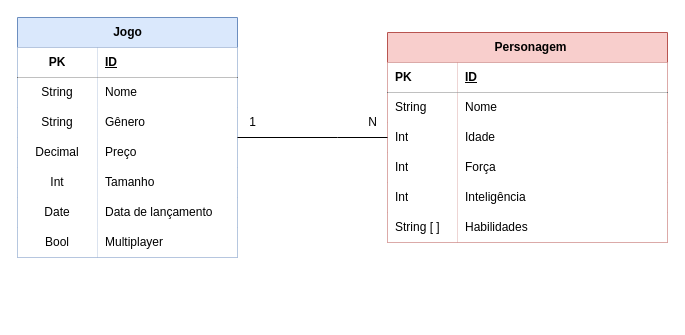
Earlier version of the draw.io diagram model.drawio (rafaschenkel/desafio-orm-api). Source tidied: cells renumbered, new cells numbered last; positions are measured from the earlier drawing's top-left corner, leaving out a move shared by most shapes. Both pictures are drawn from the tidied source at 100%, with x=0, y=0 at pixel (17, 17).
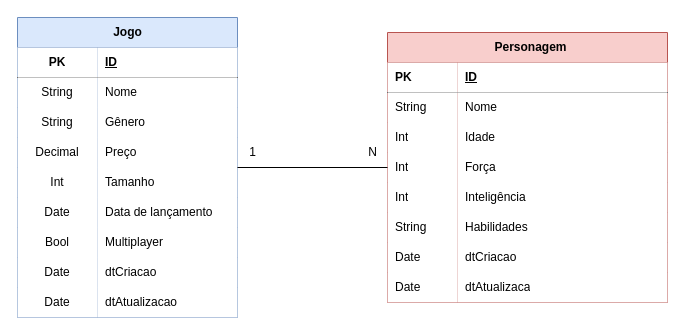
After the change.

The change refers to these unchanged cells:
```xml
<mxCell id="40" style="shape=tableRow;horizontal=0;startSize=0;swimlaneHead=0;swimlaneBody=0;fillColor=none;top=0;left=0;right=0;bottom=0;strokeColor=default;align=left;verticalAlign=middle;spacingLeft=6;fontFamily=Helvetica;fontSize=12;fontColor=default;" parent="24" vertex="1">
  <mxGeometry y="180" width="280" height="30" as="geometry" />
</mxCell>
```

Change to the diagram source:
```diff
@@
     <mxCell id="2" value="Jogo" style="shape=table;startSize=30;childLayout=tableLayout;rowLines=0;fontStyle=1;align=center;html=1;fillColor=#dae8fc;strokeColor=#6c8ebf;" parent="1" vertex="1">
-      <mxGeometry width="220" height="240" as="geometry" />
+      <mxGeometry width="220" height="300" as="geometry" />
     </mxCell>
@@
+    <mxCell id="46" style="shape=tableRow;horizontal=0;startSize=0;swimlaneHead=0;swimlaneBody=0;fillColor=none;top=0;left=0;right=0;bottom=0;" parent="2" vertex="1">
+      <mxGeometry y="240" width="220" height="30" as="geometry" />
+    </mxCell>
+    <mxCell id="47" value="Date" style="shape=partialRectangle;top=0;left=0;bottom=0;right=0;overflow=hidden;whiteSpace=wrap;html=1;" parent="46" vertex="1">
+      <mxGeometry width="80" height="30" as="geometry" />
+    </mxCell>
+    <mxCell id="48" value="dtCriacao" style="shape=partialRectangle;top=0;left=0;bottom=0;right=0;align=left;spacingLeft=6;overflow=hidden;whiteSpace=wrap;html=1;" parent="46" vertex="1">
+      <mxGeometry x="80" width="140" height="30" as="geometry" />
+    </mxCell>
+    <mxCell id="49" style="shape=tableRow;horizontal=0;startSize=0;swimlaneHead=0;swimlaneBody=0;fillColor=none;top=0;left=0;right=0;bottom=0;" parent="2" vertex="1">
+      <mxGeometry y="270" width="220" height="30" as="geometry" />
+    </mxCell>
+    <mxCell id="50" value="Date" style="shape=partialRectangle;top=0;left=0;bottom=0;right=0;overflow=hidden;whiteSpace=wrap;html=1;" parent="49" vertex="1">
+      <mxGeometry width="80" height="30" as="geometry" />
+    </mxCell>
+    <mxCell id="51" value="dtAtualizacao" style="shape=partialRectangle;top=0;left=0;bottom=0;right=0;align=left;spacingLeft=6;overflow=hidden;whiteSpace=wrap;html=1;" parent="49" vertex="1">
+      <mxGeometry x="80" width="140" height="30" as="geometry" />
+    </mxCell>
     <mxCell id="24" value="Personagem" style="shape=table;startSize=30;childLayout=tableLayout;rowLines=0;fontStyle=1;align=center;html=1;strokeColor=#b85450;verticalAlign=middle;spacingLeft=6;fontFamily=Helvetica;fontSize=12;fillColor=#f8cecc;" parent="1" vertex="1">
-      <mxGeometry x="370" y="15" width="280" height="210" as="geometry" />
+      <mxGeometry x="370" y="15" width="280" height="270" as="geometry" />
     </mxCell>
@@
-    <mxCell id="41" value="String [ ]" style="shape=partialRectangle;fillColor=default;top=0;left=0;bottom=0;right=0;overflow=hidden;whiteSpace=wrap;html=1;strokeColor=default;align=left;verticalAlign=middle;spacingLeft=6;fontFamily=Helvetica;fontSize=12;fontColor=default;" parent="40" vertex="1">
+    <mxCell id="41" value="String" style="shape=partialRectangle;fillColor=default;top=0;left=0;bottom=0;right=0;overflow=hidden;whiteSpace=wrap;html=1;strokeColor=default;align=left;verticalAlign=middle;spacingLeft=6;fontFamily=Helvetica;fontSize=12;fontColor=default;" parent="40" vertex="1">
       <mxGeometry width="70" height="30" as="geometry" />
     </mxCell>
@@
+    <mxCell id="52" style="shape=tableRow;horizontal=0;startSize=0;swimlaneHead=0;swimlaneBody=0;fillColor=none;top=0;left=0;right=0;bottom=0;strokeColor=default;align=left;verticalAlign=middle;spacingLeft=6;fontFamily=Helvetica;fontSize=12;fontColor=default;" parent="24" vertex="1">
+      <mxGeometry y="210" width="280" height="30" as="geometry" />
+    </mxCell>
+    <mxCell id="53" value="Date" style="shape=partialRectangle;fillColor=default;top=0;left=0;bottom=0;right=0;overflow=hidden;whiteSpace=wrap;html=1;strokeColor=default;align=left;verticalAlign=middle;spacingLeft=6;fontFamily=Helvetica;fontSize=12;fontColor=default;" parent="52" vertex="1">
+      <mxGeometry width="70" height="30" as="geometry" />
+    </mxCell>
+    <mxCell id="54" value="dtCriacao" style="shape=partialRectangle;fillColor=default;top=0;left=0;bottom=0;right=0;align=left;spacingLeft=6;overflow=hidden;whiteSpace=wrap;html=1;strokeColor=default;verticalAlign=middle;fontFamily=Helvetica;fontSize=12;fontColor=default;" parent="52" vertex="1">
+      <mxGeometry x="70" width="210" height="30" as="geometry" />
+    </mxCell>
+    <mxCell id="55" style="shape=tableRow;horizontal=0;startSize=0;swimlaneHead=0;swimlaneBody=0;fillColor=none;top=0;left=0;right=0;bottom=0;strokeColor=default;align=left;verticalAlign=middle;spacingLeft=6;fontFamily=Helvetica;fontSize=12;fontColor=default;" parent="24" vertex="1">
+      <mxGeometry y="240" width="280" height="30" as="geometry" />
+    </mxCell>
+    <mxCell id="56" value="Date" style="shape=partialRectangle;fillColor=default;top=0;left=0;bottom=0;right=0;overflow=hidden;whiteSpace=wrap;html=1;strokeColor=default;align=left;verticalAlign=middle;spacingLeft=6;fontFamily=Helvetica;fontSize=12;fontColor=default;" parent="55" vertex="1">
+      <mxGeometry width="70" height="30" as="geometry" />
+    </mxCell>
+    <mxCell id="57" value="dtAtualizaca" style="shape=partialRectangle;fillColor=default;top=0;left=0;bottom=0;right=0;align=left;spacingLeft=6;overflow=hidden;whiteSpace=wrap;html=1;strokeColor=default;verticalAlign=middle;fontFamily=Helvetica;fontSize=12;fontColor=default;" parent="55" vertex="1">
+      <mxGeometry x="70" width="210" height="30" as="geometry" />
+    </mxCell>
     <mxCell id="43" style="endArrow=none;html=1;rounded=0;fontFamily=Helvetica;fontSize=12;fontColor=default;fontStyle=1;" parent="1" edge="1" source="2" target="24">
-      <mxGeometry relative="1" as="geometry">
-        <Array as="points">
-          <mxPoint x="320" y="120" />
-        </Array>
-      </mxGeometry>
+      <mxGeometry relative="1" as="geometry" />
     </mxCell>
     <mxCell id="44" value="1" style="text;html=1;align=center;verticalAlign=middle;strokeColor=none;fillColor=none;fontFamily=Helvetica;fontSize=12;fontColor=default;" parent="1" vertex="1">
-      <mxGeometry x="220" y="90" width="30" height="30" as="geometry" />
+      <mxGeometry x="220" y="120" width="30" height="30" as="geometry" />
     </mxCell>
     <mxCell id="45" value="N" style="text;html=1;align=center;verticalAlign=middle;strokeColor=none;fillColor=none;fontFamily=Helvetica;fontSize=12;fontColor=default;" parent="1" vertex="1">
-      <mxGeometry x="340" y="90" width="30" height="30" as="geometry" />
+      <mxGeometry x="340" y="120" width="30" height="30" as="geometry" />
     </mxCell>
```
